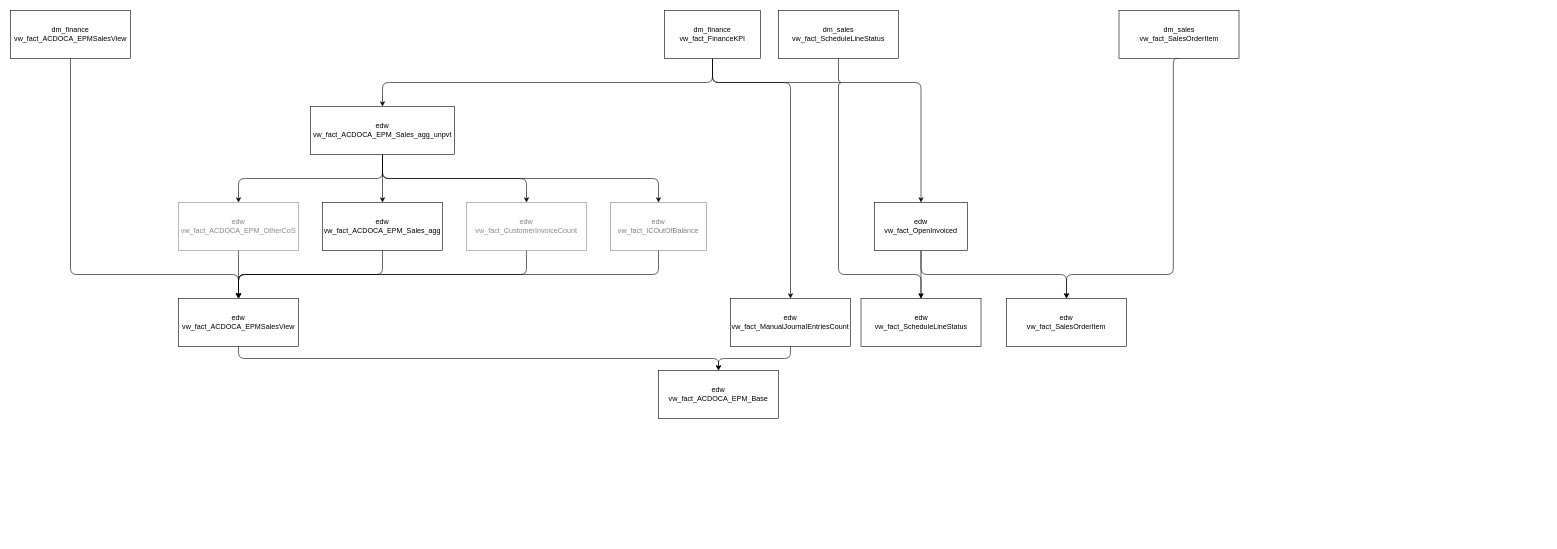
Above: synapse-dwh/Diagrams/Dependency Diagrams/Finance KPIs.drawio in szubalii/leviat-data-and-analytics (draw.io), before the change. Source tidied: cells renumbered, new cells numbered last; positions are measured from the earlier drawing's top-left corner, leaving out a move shared by most shapes. Both pictures are drawn from the tidied source at 60%, with x=0, y=0 at pixel (10, 10).
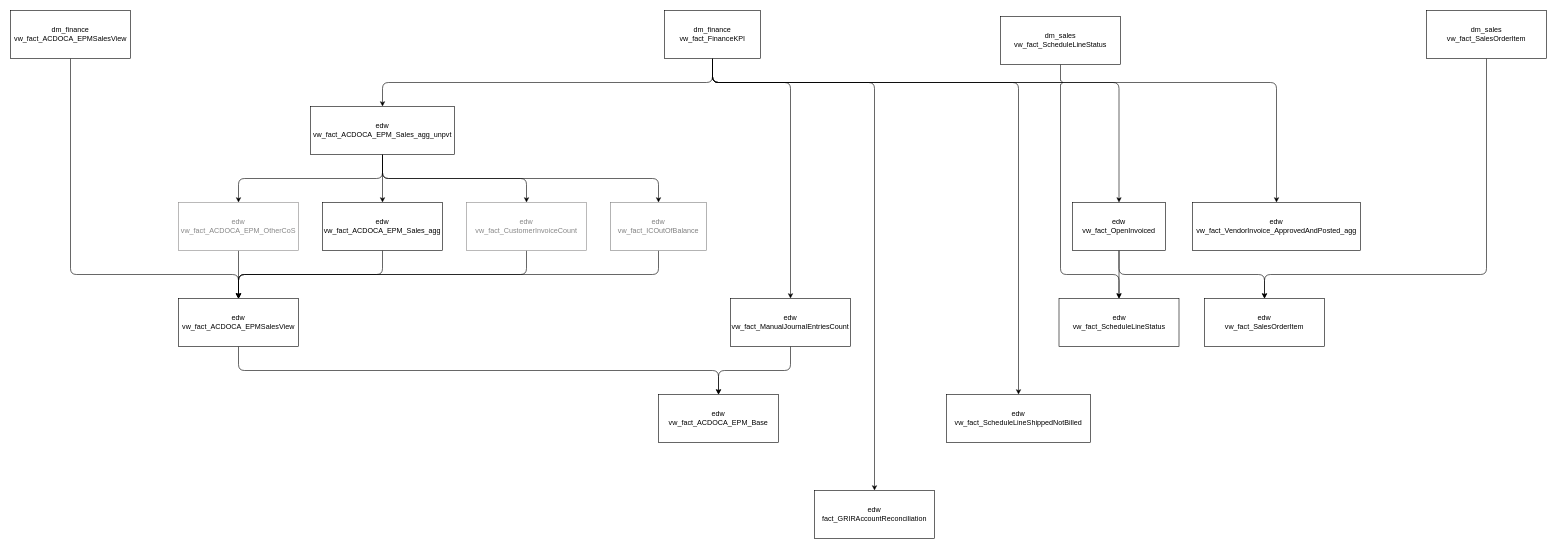
The same diagram, later.

Unchanged cells that the change refers to:
```xml
<mxCell id="5" value="dm_finance&lt;br&gt;vw_fact_FinanceKPI" style="rounded=0;whiteSpace=wrap;html=1;" parent="1" vertex="1">
  <mxGeometry x="1090" width="160" height="80" as="geometry" />
</mxCell>
<mxCell id="15" value="edw&lt;br&gt;vw_fact_ManualJournalEntriesCount" style="rounded=0;whiteSpace=wrap;html=1;" parent="1" vertex="1">
  <mxGeometry x="1200" y="480" width="200" height="80" as="geometry" />
</mxCell>
```

Diff of the diagram source:
```diff
@@
     <mxCell id="3" style="edgeStyle=orthogonalEdgeStyle;html=1;exitX=0.5;exitY=1;exitDx=0;exitDy=0;entryX=0.5;entryY=0;entryDx=0;entryDy=0;" parent="1" edge="1" source="5" target="18">
       <mxGeometry relative="1" as="geometry">
         <Array as="points">
           <mxPoint x="1170" y="120" />
-          <mxPoint x="1518" y="120" />
+          <mxPoint x="1848" y="120" />
         </Array>
       </mxGeometry>
     </mxCell>
@@
+    <mxCell id="35" style="edgeStyle=orthogonalEdgeStyle;jumpStyle=arc;html=1;exitX=0.5;exitY=1;exitDx=0;exitDy=0;entryX=0.5;entryY=0;entryDx=0;entryDy=0;fontColor=#808080;" parent="1" edge="1" source="5" target="38">
+      <mxGeometry relative="1" as="geometry">
+        <Array as="points">
+          <mxPoint x="1170" y="120" />
+          <mxPoint x="2110" y="120" />
+        </Array>
+      </mxGeometry>
+    </mxCell>
+    <mxCell id="36" style="edgeStyle=orthogonalEdgeStyle;jumpStyle=arc;html=1;exitX=0.5;exitY=1;exitDx=0;exitDy=0;entryX=0.5;entryY=0;entryDx=0;entryDy=0;fontColor=#808080;" parent="1" edge="1" source="5" target="39">
+      <mxGeometry relative="1" as="geometry">
+        <Array as="points">
+          <mxPoint x="1170" y="120" />
+          <mxPoint x="1440" y="120" />
+        </Array>
+      </mxGeometry>
+    </mxCell>
+    <mxCell id="37" style="edgeStyle=orthogonalEdgeStyle;jumpStyle=arc;html=1;exitX=0.5;exitY=1;exitDx=0;exitDy=0;entryX=0.5;entryY=0;entryDx=0;entryDy=0;fontColor=#808080;" parent="1" edge="1" source="5" target="40">
+      <mxGeometry relative="1" as="geometry">
+        <Array as="points">
+          <mxPoint x="1170" y="120" />
+          <mxPoint x="1680" y="120" />
+        </Array>
+      </mxGeometry>
+    </mxCell>
@@
     <mxCell id="14" style="edgeStyle=orthogonalEdgeStyle;html=1;exitX=0.5;exitY=1;exitDx=0;exitDy=0;entryX=0.5;entryY=0;entryDx=0;entryDy=0;" parent="1" edge="1" source="15" target="23">
       <mxGeometry relative="1" as="geometry">
         <Array as="points">
-          <mxPoint x="1300" y="580" />
-          <mxPoint x="1180" y="580" />
+          <mxPoint x="1300" y="600" />
+          <mxPoint x="1180" y="600" />
         </Array>
       </mxGeometry>
     </mxCell>
@@
     <mxCell id="18" value="edw&lt;br&gt;vw_fact_OpenInvoiced" style="rounded=0;whiteSpace=wrap;html=1;" parent="1" vertex="1">
-      <mxGeometry x="1440" y="320" width="155" height="80" as="geometry" />
+      <mxGeometry x="1770" y="320" width="155" height="80" as="geometry" />
     </mxCell>
@@
     <mxCell id="23" value="edw&lt;br&gt;vw_fact_ACDOCA_EPM_Base" style="rounded=0;whiteSpace=wrap;html=1;" parent="1" vertex="1">
-      <mxGeometry x="1080" y="600" width="200" height="80" as="geometry" />
+      <mxGeometry x="1080" y="640" width="200" height="80" as="geometry" />
     </mxCell>
     <mxCell id="24" value="edw&lt;br&gt;vw_fact_ScheduleLineStatus" style="rounded=0;whiteSpace=wrap;html=1;" parent="1" vertex="1">
-      <mxGeometry x="1417.5" y="480" width="200" height="80" as="geometry" />
+      <mxGeometry x="1747.5" y="480" width="200" height="80" as="geometry" />
     </mxCell>
     <mxCell id="25" value="edw&lt;br&gt;vw_fact_SalesOrderItem" style="rounded=0;whiteSpace=wrap;html=1;" parent="1" vertex="1">
-      <mxGeometry x="1660" y="480" width="200" height="80" as="geometry" />
+      <mxGeometry x="1990" y="480" width="200" height="80" as="geometry" />
     </mxCell>
     <mxCell id="26" style="edgeStyle=orthogonalEdgeStyle;html=1;exitX=0.5;exitY=1;exitDx=0;exitDy=0;entryX=0.5;entryY=0;entryDx=0;entryDy=0;jumpStyle=arc;" parent="1" edge="1" source="27" target="24">
       <mxGeometry relative="1" as="geometry">
         <Array as="points">
-          <mxPoint x="1380" y="440" />
-          <mxPoint x="1518" y="440" />
+          <mxPoint x="1750" y="440" />
+          <mxPoint x="1848" y="440" />
         </Array>
       </mxGeometry>
     </mxCell>
     <mxCell id="27" value="dm_sales&lt;br&gt;vw_fact_ScheduleLineStatus" style="rounded=0;whiteSpace=wrap;html=1;" parent="1" vertex="1">
-      <mxGeometry x="1280" width="200" height="80" as="geometry" />
+      <mxGeometry x="1650" y="10" width="200" height="80" as="geometry" />
     </mxCell>
     <mxCell id="28" style="edgeStyle=orthogonalEdgeStyle;html=1;exitX=0.5;exitY=1;exitDx=0;exitDy=0;entryX=0.5;entryY=0;entryDx=0;entryDy=0;" parent="1" edge="1" source="29" target="25">
       <mxGeometry relative="1" as="geometry">
         <Array as="points">
-          <mxPoint x="1938" y="440" />
-          <mxPoint x="1760" y="440" />
+          <mxPoint x="2460" y="440" />
+          <mxPoint x="2090" y="440" />
         </Array>
       </mxGeometry>
     </mxCell>
     <mxCell id="29" value="dm_sales&lt;br&gt;vw_fact_SalesOrderItem" style="rounded=0;whiteSpace=wrap;html=1;" parent="1" vertex="1">
-      <mxGeometry x="1847.5" width="200" height="80" as="geometry" />
+      <mxGeometry x="2360" width="200" height="80" as="geometry" />
     </mxCell>
@@
+    <mxCell id="38" value="edw&lt;br&gt;vw_fact_VendorInvoice_ApprovedAndPosted_agg" style="rounded=0;whiteSpace=wrap;html=1;" parent="1" vertex="1">
+      <mxGeometry x="1970" y="320" width="280" height="80" as="geometry" />
+    </mxCell>
+    <mxCell id="39" value="edw&lt;br&gt;fact_GRIRAccountReconciliation" style="rounded=0;whiteSpace=wrap;html=1;" parent="1" vertex="1">
+      <mxGeometry x="1340" y="800" width="200" height="80" as="geometry" />
+    </mxCell>
+    <mxCell id="40" value="edw&lt;br&gt;vw_fact_ScheduleLineShippedNotBilled" style="rounded=0;whiteSpace=wrap;html=1;" parent="1" vertex="1">
+      <mxGeometry x="1560" y="640" width="240" height="80" as="geometry" />
+    </mxCell>
```
